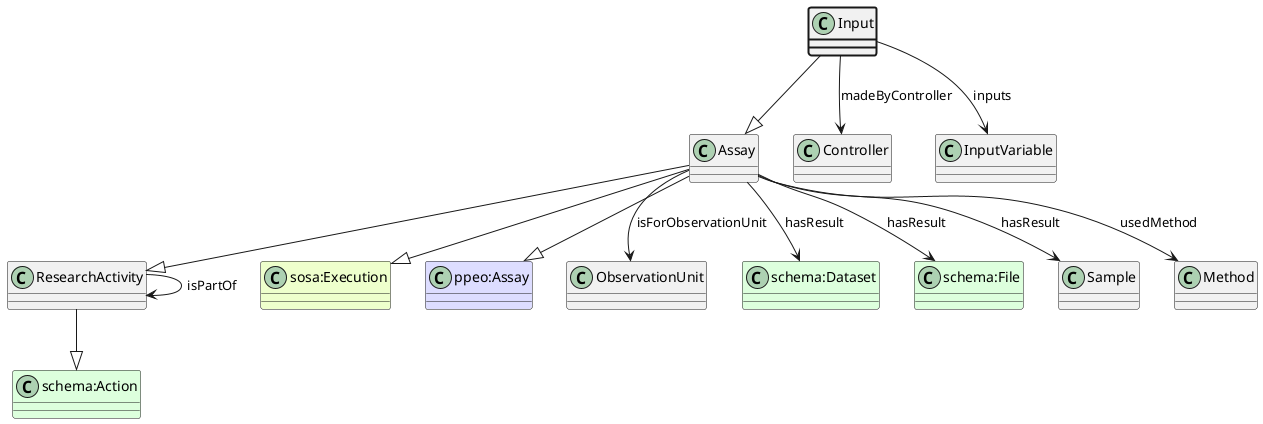
Before: ttl_uml/ttl_appn_Input.png, a diagram exported from PlantUML (aus-plant-phenomics-network/appn-schema).
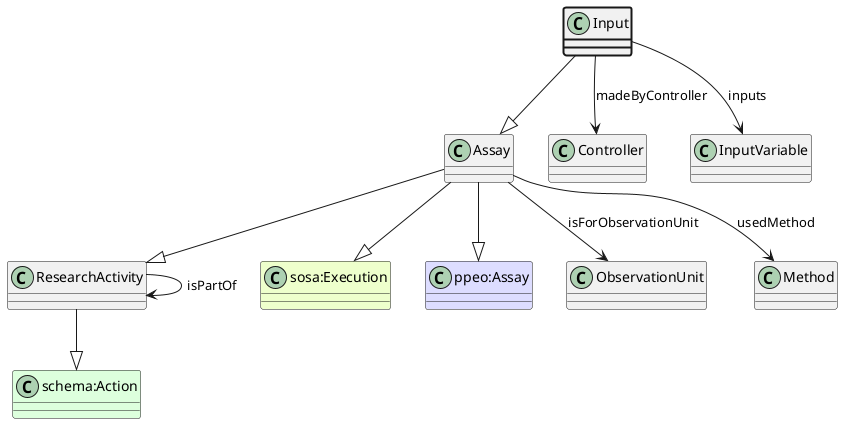
After the commit.

Change to the diagram source:
```diff
@@ -16,12 +16,6 @@
 Input --> InputVariable : inputs
 class ObservationUnit
 Assay --> ObservationUnit : isForObservationUnit
-class "schema:Dataset" #DDFFDD
-Assay --> "schema:Dataset" : hasResult
-class "schema:File" #DDFFDD
-Assay --> "schema:File" : hasResult
-class Sample
-Assay --> Sample : hasResult
 class Method
 Assay --> Method : usedMethod
 class ResearchActivity
```
